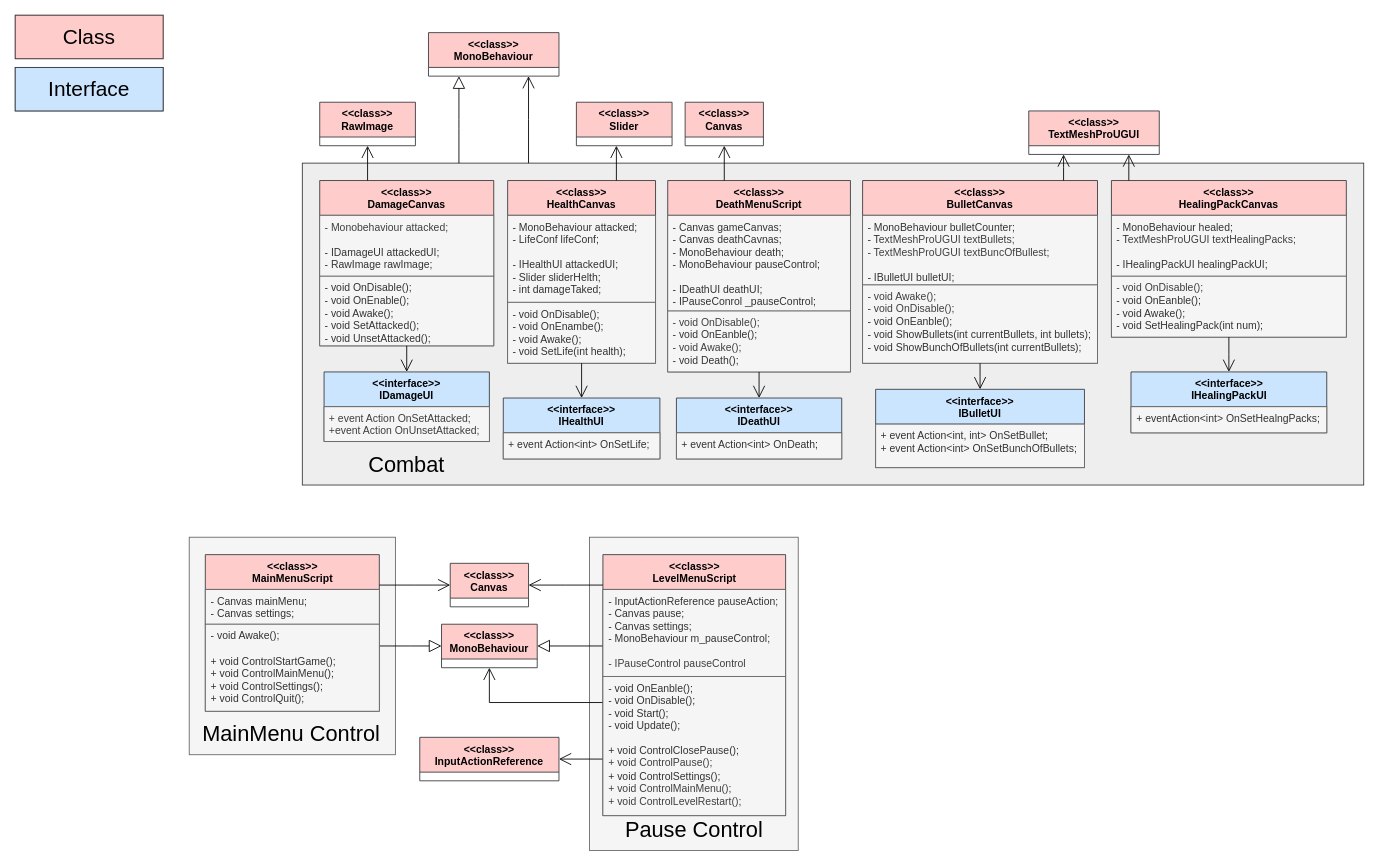
The draw.io diagram doc/Class_Diagram_UI.drawio in OGecgo/TheCatCult, before the edit. Source tidied: cells renumbered, new cells numbered last; positions are measured from the earlier drawing's top-left corner, leaving out a move shared by most shapes. Both pictures are drawn from the tidied source at 87%, with x=0, y=0 at pixel (15, 15).
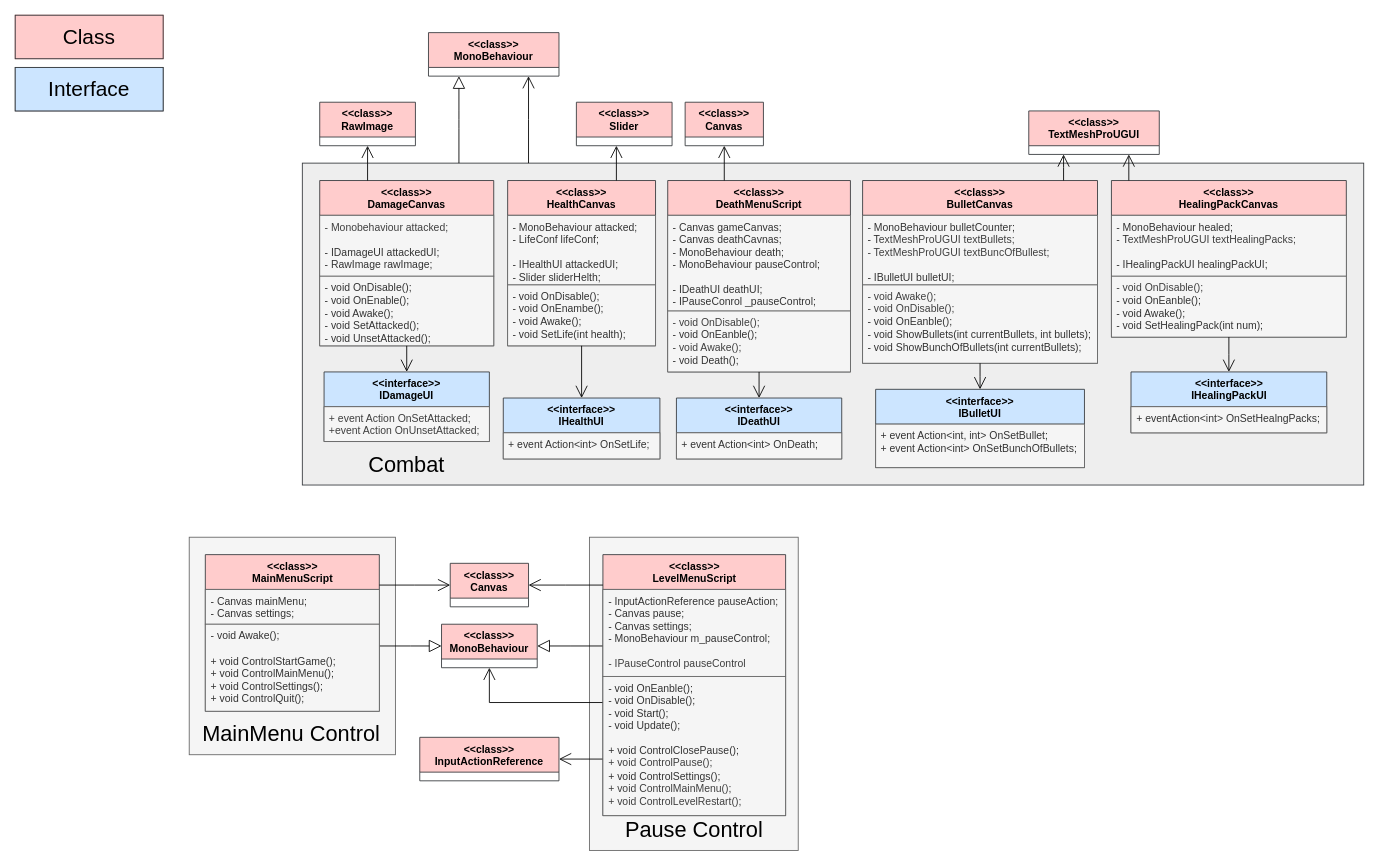
The same diagram, later.

Diff of the diagram source:
```diff
@@
     <mxCell id="19" value="&lt;div&gt;&amp;lt;&amp;lt;class&amp;gt;&amp;gt;&lt;/div&gt;&lt;div&gt;HealthCanvas&lt;/div&gt;" style="swimlane;fontStyle=1;align=center;verticalAlign=top;horizontal=1;startSize=40;whiteSpace=wrap;html=1;fillColor=#ffcccc;strokeColor=#36393d;" parent="1" vertex="1">
-      <mxGeometry x="566" y="190" width="170" height="210" as="geometry" />
+      <mxGeometry x="566" y="190" width="170" height="190" as="geometry" />
     </mxCell>
-    <mxCell id="20" value="- MonoBehaviour attacked;&lt;div&gt;- LifeConf lifeConf;&lt;/div&gt;&lt;div&gt;&lt;br&gt;&lt;/div&gt;&lt;div&gt;&lt;div&gt;- IHealthUI attackedUI;&lt;/div&gt;&lt;div&gt;- Slider sliderHelth;&lt;/div&gt;&lt;div&gt;- int damageTaked;&lt;/div&gt;&lt;/div&gt;" style="text;align=left;verticalAlign=top;spacingLeft=4;spacingRight=4;overflow=hidden;whiteSpace=wrap;html=1;fillColor=#f5f5f5;fontColor=#333333;strokeColor=#666666;" parent="19" vertex="1">
-      <mxGeometry y="40" width="170" height="100" as="geometry" />
+    <mxCell id="20" value="- MonoBehaviour attacked;&lt;div&gt;- LifeConf lifeConf;&lt;/div&gt;&lt;div&gt;&lt;br&gt;&lt;/div&gt;&lt;div&gt;&lt;div&gt;- IHealthUI attackedUI;&lt;/div&gt;&lt;div&gt;- Slider sliderHelth;&lt;/div&gt;&lt;/div&gt;" style="text;align=left;verticalAlign=top;spacingLeft=4;spacingRight=4;overflow=hidden;whiteSpace=wrap;html=1;fillColor=#f5f5f5;fontColor=#333333;strokeColor=#666666;" parent="19" vertex="1">
+      <mxGeometry y="40" width="170" height="80" as="geometry" />
     </mxCell>
     <mxCell id="21" value="&lt;div&gt;&lt;div&gt;- void OnDisable();&lt;/div&gt;&lt;div&gt;- void OnEnambe();&lt;/div&gt;&lt;/div&gt;&lt;div&gt;- void Awake();&lt;/div&gt;&lt;div&gt;- void SetLife(int health);&lt;/div&gt;" style="text;align=left;verticalAlign=top;spacingLeft=4;spacingRight=4;overflow=hidden;whiteSpace=wrap;html=1;fillColor=#f5f5f5;fontColor=#333333;strokeColor=#666666;" parent="19" vertex="1">
-      <mxGeometry y="140" width="170" height="70" as="geometry" />
+      <mxGeometry y="120" width="170" height="70" as="geometry" />
     </mxCell>
```
